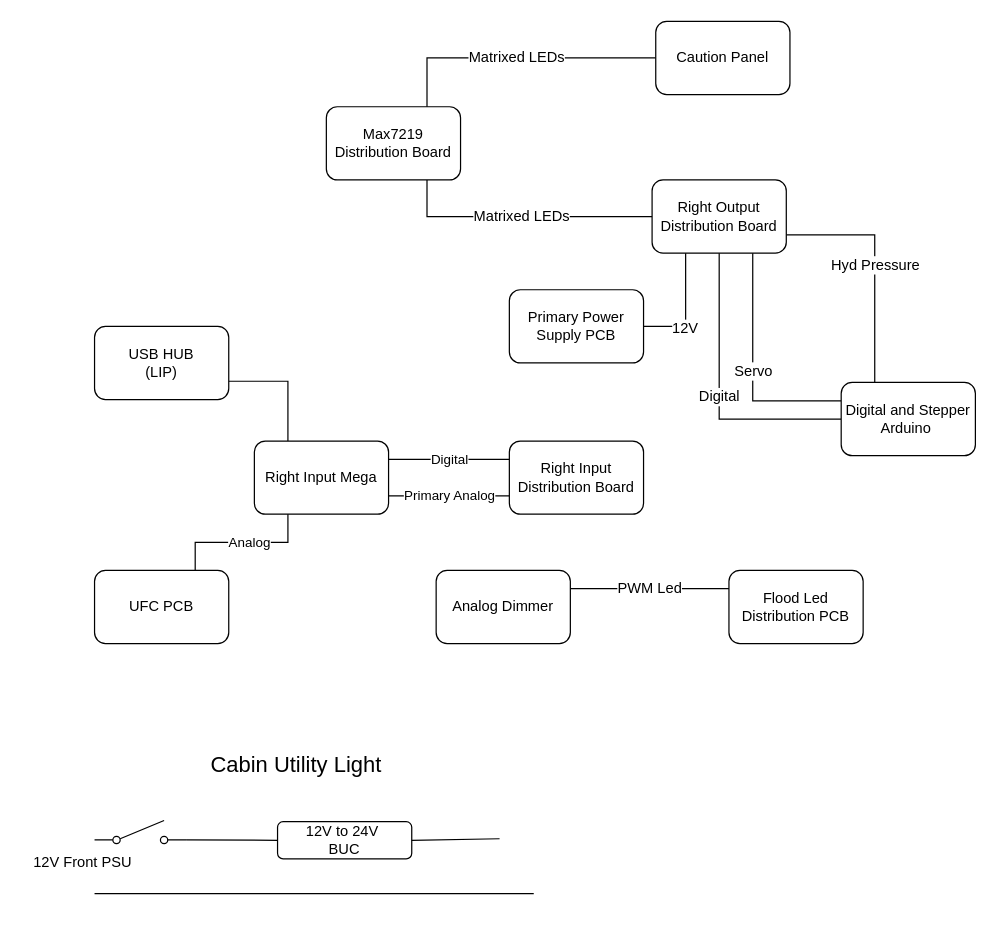
This is page "Right Console" (2 of 3) of Hornet Documentation/Hornet High-Level Connectivity .drawio from bnepethomas/bne-arduino-flight-simulator-interfaces, a draw.io file, before an edit. Source tidied: cells renumbered, new cells numbered last; positions are measured from the earlier drawing's top-left corner, leaving out a move shared by most shapes. Both pictures are drawn from the tidied source at 122%, with x=0, y=0 at pixel (21, 21).
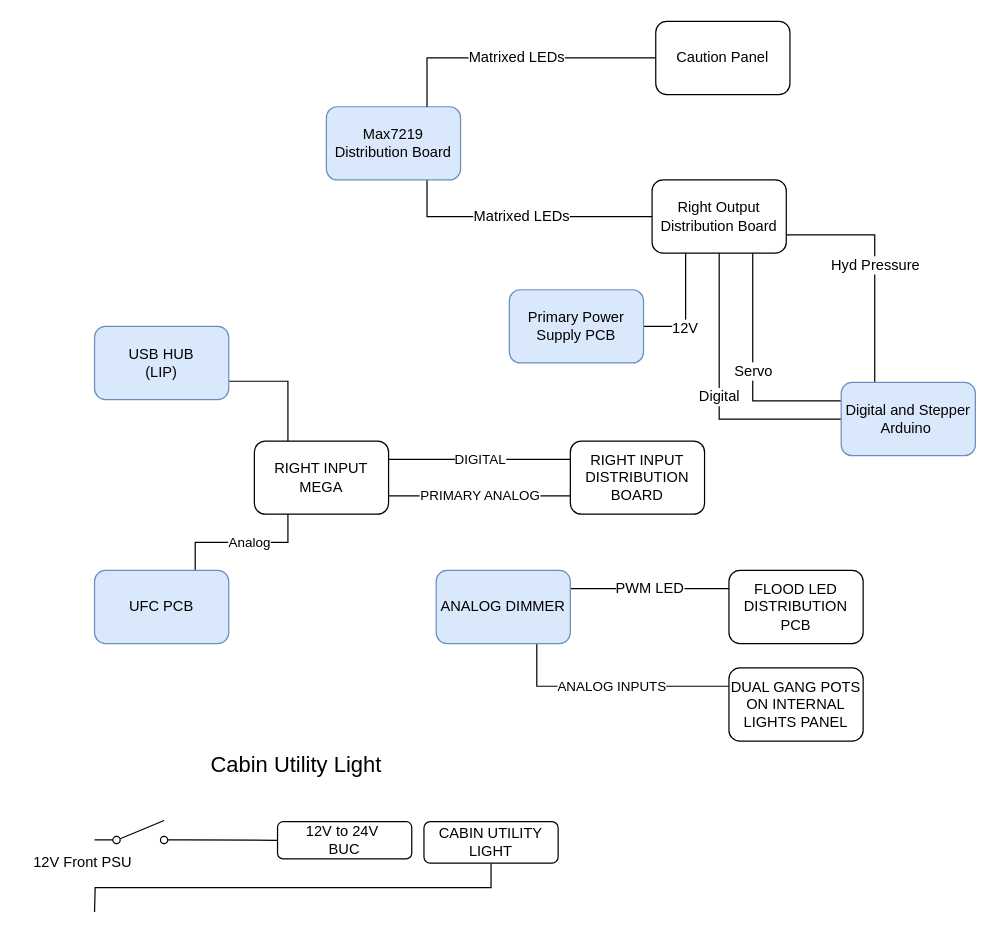
The same diagram, later.

The change refers to these unchanged cells:
```xml
<mxCell id="13" value="12V to 24V&amp;nbsp;&lt;br&gt;BUC" style="rounded=1;whiteSpace=wrap;html=1;" parent="1" vertex="1">
  <mxGeometry x="210" y="656" width="110" height="30.5" as="geometry" />
</mxCell>
```

What changed in the source:
```diff
@@
-    <mxCell id="5" value="Digital" style="edgeStyle=none;rounded=0;jettySize=auto;html=1;exitX=1;exitY=0.25;exitDx=0;exitDy=0;entryX=0;entryY=0.25;entryDx=0;entryDy=0;endArrow=none;endFill=0;endSize=2;" parent="1" edge="1" source="7" target="25">
+    <mxCell id="5" value="DIGITAL" style="edgeStyle=none;rounded=0;jettySize=auto;html=1;exitX=1;exitY=0.25;exitDx=0;exitDy=0;entryX=0;entryY=0.25;entryDx=0;entryDy=0;endArrow=none;endFill=0;endSize=2;" parent="1" edge="1" source="7" target="25">
       <mxGeometry relative="1" as="geometry" />
     </mxCell>
-    <mxCell id="6" value="Primary Analog" style="edgeStyle=none;rounded=0;jettySize=auto;html=1;exitX=1;exitY=0.75;exitDx=0;exitDy=0;entryX=0;entryY=0.75;entryDx=0;entryDy=0;endArrow=none;endFill=0;endSize=2;" parent="1" edge="1" source="7" target="25">
+    <mxCell id="6" value="PRIMARY ANALOG" style="edgeStyle=none;rounded=0;jettySize=auto;html=1;exitX=1;exitY=0.75;exitDx=0;exitDy=0;entryX=0;entryY=0.75;entryDx=0;entryDy=0;endArrow=none;endFill=0;endSize=2;" parent="1" edge="1" source="7" target="25">
       <mxGeometry relative="1" as="geometry" />
     </mxCell>
-    <mxCell id="7" value="Right Input Mega" style="rounded=1;whiteSpace=wrap;html=1;" parent="1" vertex="1">
+    <mxCell id="7" value="RIGHT INPUT MEGA" style="rounded=1;whiteSpace=wrap;html=1;" parent="1" vertex="1">
       <mxGeometry x="191" y="344" width="110" height="60" as="geometry" />
     </mxCell>
@@
-    <mxCell id="10" value="UFC PCB" style="rounded=1;whiteSpace=wrap;html=1;" parent="1" vertex="1">
+    <mxCell id="10" value="UFC PCB" style="rounded=1;whiteSpace=wrap;html=1;fillColor=#dae8fc;strokeColor=#6c8ebf;" parent="1" vertex="1">
       <mxGeometry x="60" y="450" width="110" height="60" as="geometry" />
     </mxCell>
@@
-    <mxCell id="12" value="USB HUB&lt;br&gt;(LIP)" style="rounded=1;whiteSpace=wrap;html=1;" parent="1" vertex="1">
+    <mxCell id="12" value="USB HUB&lt;br&gt;(LIP)" style="rounded=1;whiteSpace=wrap;html=1;fillColor=#dae8fc;strokeColor=#6c8ebf;" parent="1" vertex="1">
       <mxGeometry x="60" y="250" width="110" height="60" as="geometry" />
     </mxCell>
@@
-    <mxCell id="16" style="edgeStyle=none;rounded=0;jettySize=auto;html=1;exitX=0.2;exitY=1;exitDx=0;exitDy=0;exitPerimeter=0;entryX=1;entryY=0.5;entryDx=0;entryDy=0;endArrow=none;endFill=0;" parent="1" edge="1" target="13">
-      <mxGeometry relative="1" as="geometry">
-        <mxPoint x="392" y="670" as="sourcePoint" />
-      </mxGeometry>
-    </mxCell>
-    <mxCell id="17" style="endArrow=none;html=1;rounded=0;" parent="1" edge="1">
-      <mxGeometry relative="1" as="geometry">
-        <mxPoint x="60" y="715" as="sourcePoint" />
-        <mxPoint x="420" y="715" as="targetPoint" />
-      </mxGeometry>
-    </mxCell>
@@
-    <mxCell id="21" value="Primary Power Supply PCB&lt;br&gt;" style="rounded=1;whiteSpace=wrap;html=1;" parent="1" vertex="1">
+    <mxCell id="21" value="Primary Power Supply PCB&lt;br&gt;" style="rounded=1;whiteSpace=wrap;html=1;fillColor=#dae8fc;strokeColor=#6c8ebf;" parent="1" vertex="1">
       <mxGeometry x="400" y="220" width="110" height="60" as="geometry" />
     </mxCell>
@@
-    <mxCell id="24" value="Digital and Stepper Arduino&amp;nbsp;" style="rounded=1;whiteSpace=wrap;html=1;" parent="1" vertex="1">
+    <mxCell id="24" value="Digital and Stepper Arduino&amp;nbsp;" style="rounded=1;whiteSpace=wrap;html=1;fillColor=#dae8fc;strokeColor=#6c8ebf;" parent="1" vertex="1">
       <mxGeometry x="672" y="296" width="110" height="60" as="geometry" />
     </mxCell>
-    <mxCell id="25" value="Right Input Distribution Board" style="rounded=1;whiteSpace=wrap;html=1;" parent="1" vertex="1">
-      <mxGeometry x="400" y="344" width="110" height="60" as="geometry" />
+    <mxCell id="25" value="RIGHT INPUT DISTRIBUTION BOARD" style="rounded=1;whiteSpace=wrap;html=1;" parent="1" vertex="1">
+      <mxGeometry x="450" y="344" width="110" height="60" as="geometry" />
     </mxCell>
@@
-    <mxCell id="27" value="Max7219 Distribution Board" style="rounded=1;whiteSpace=wrap;html=1;" parent="1" vertex="1">
+    <mxCell id="27" value="Max7219 Distribution Board" style="rounded=1;whiteSpace=wrap;html=1;fillColor=#dae8fc;strokeColor=#6c8ebf;" parent="1" vertex="1">
       <mxGeometry x="250" y="70" width="110" height="60" as="geometry" />
     </mxCell>
@@
-    <mxCell id="30" value="Flood Led Distribution PCB" style="rounded=1;whiteSpace=wrap;html=1;" parent="1" vertex="1">
+    <mxCell id="30" value="FLOOD LED DISTRIBUTION PCB" style="rounded=1;whiteSpace=wrap;html=1;" parent="1" vertex="1">
       <mxGeometry x="580" y="450" width="110" height="60" as="geometry" />
     </mxCell>
-    <mxCell id="31" value="PWM Led" style="edgeStyle=orthogonalEdgeStyle;rounded=0;jettySize=auto;html=1;exitX=1;exitY=0.25;exitDx=0;exitDy=0;entryX=0;entryY=0.25;entryDx=0;entryDy=0;fontSize=12;endArrow=none;endFill=0;endSize=2;" parent="1" edge="1" source="32" target="30">
+    <mxCell id="31" value="PWM LED" style="edgeStyle=orthogonalEdgeStyle;rounded=0;jettySize=auto;html=1;exitX=1;exitY=0.25;exitDx=0;exitDy=0;entryX=0;entryY=0.25;entryDx=0;entryDy=0;fontSize=12;endArrow=none;endFill=0;endSize=2;" parent="1" edge="1" source="32" target="30">
       <mxGeometry relative="1" as="geometry" />
     </mxCell>
+    <mxCell id="33" value="ANALOG INPUTS" style="edgeStyle=orthogonalEdgeStyle;rounded=0;jettySize=auto;html=1;exitX=0.75;exitY=1;exitDx=0;exitDy=0;entryX=0;entryY=0.25;entryDx=0;entryDy=0;endArrow=none;endFill=0;" parent="1" edge="1" source="32" target="36">
+      <mxGeometry relative="1" as="geometry" />
+    </mxCell>
-    <mxCell id="32" value="Analog Dimmer" style="rounded=1;whiteSpace=wrap;html=1;" parent="1" vertex="1">
+    <mxCell id="32" value="ANALOG DIMMER" style="rounded=1;whiteSpace=wrap;html=1;fillColor=#dae8fc;strokeColor=#6c8ebf;" parent="1" vertex="1">
       <mxGeometry x="340" y="450" width="110" height="60" as="geometry" />
     </mxCell>
+    <mxCell id="34" style="edgeStyle=orthogonalEdgeStyle;rounded=0;jettySize=auto;html=1;exitX=0.5;exitY=1;exitDx=0;exitDy=0;endArrow=none;endFill=0;" parent="1" edge="1" source="35">
+      <mxGeometry relative="1" as="geometry">
+        <mxPoint x="60" y="730" as="targetPoint" />
+      </mxGeometry>
+    </mxCell>
+    <mxCell id="35" value="CABIN UTILITY LIGHT" style="rounded=1;whiteSpace=wrap;html=1;imageWidth=50;" parent="1" vertex="1">
+      <mxGeometry x="330" y="656" width="110" height="34" as="geometry" />
+    </mxCell>
+    <mxCell id="36" value="DUAL GANG POTS ON INTERNAL LIGHTS PANEL" style="rounded=1;whiteSpace=wrap;html=1;" parent="1" vertex="1">
+      <mxGeometry x="580" y="530" width="110" height="60" as="geometry" />
+    </mxCell>
+    <mxCell id="37" parent="0" />
```
